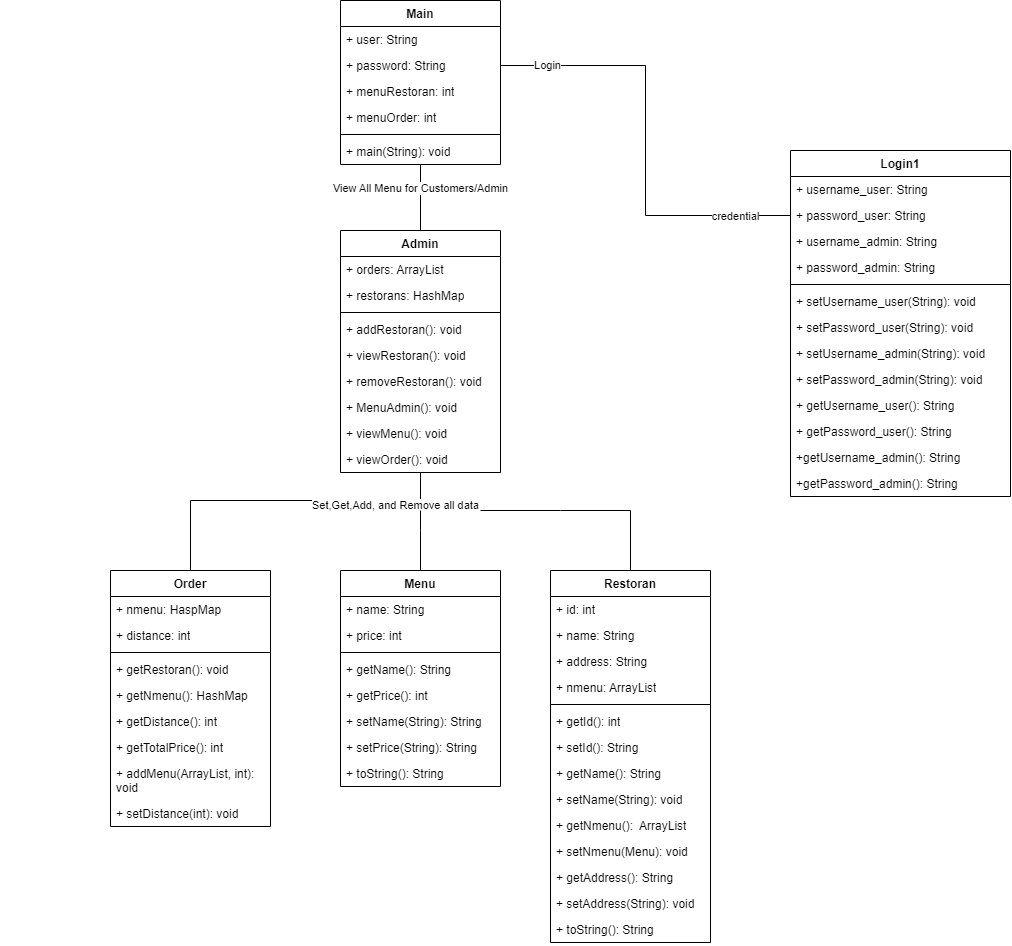
Before: image/UML.png, a diagram exported from draw.io (DavinDitya/Project-PBO-Restaurant). Source tidied: cells renumbered, new cells last; positions are measured from the earlier drawing's top-left corner, leaving out a move shared by most shapes.
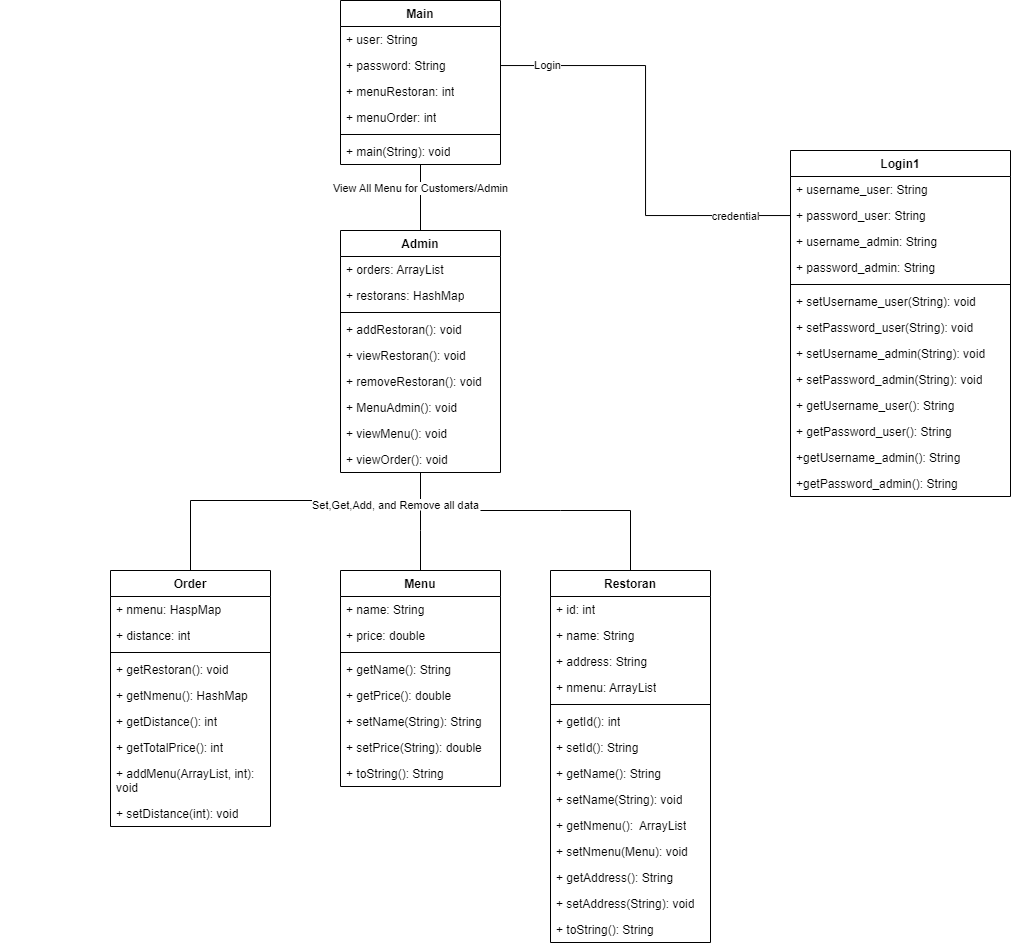
The same diagram one commit later.

Commit message:
Upload Ulang Gambar UML

What changed in the source:
```diff
@@ -77,7 +77,7 @@
     <mxCell id="26" value="+ name: String" style="text;strokeColor=none;fillColor=none;align=left;verticalAlign=top;spacingLeft=4;spacingRight=4;overflow=hidden;whiteSpace=wrap;html=1;" parent="25" vertex="1">
       <mxGeometry y="26" width="160" height="26" as="geometry" />
     </mxCell>
-    <mxCell id="27" value="+ price: int" style="text;strokeColor=none;fillColor=none;align=left;verticalAlign=top;spacingLeft=4;spacingRight=4;overflow=hidden;whiteSpace=wrap;html=1;" parent="25" vertex="1">
+    <mxCell id="27" value="+ price: double" style="text;strokeColor=none;fillColor=none;align=left;verticalAlign=top;spacingLeft=4;spacingRight=4;overflow=hidden;whiteSpace=wrap;html=1;" parent="25" vertex="1">
       <mxGeometry y="52" width="160" height="26" as="geometry" />
     </mxCell>
     <mxCell id="28" style="line;strokeWidth=1;fillColor=none;align=left;verticalAlign=middle;spacingTop=-1;spacingLeft=3;spacingRight=3;labelPosition=right;strokeColor=inherit;" parent="25" vertex="1">
@@ -86,13 +86,13 @@
     <mxCell id="29" value="+ getName(): String" style="text;strokeColor=none;fillColor=none;align=left;verticalAlign=top;spacingLeft=4;spacingRight=4;overflow=hidden;whiteSpace=wrap;html=1;" parent="25" vertex="1">
       <mxGeometry y="86" width="160" height="26" as="geometry" />
     </mxCell>
-    <mxCell id="30" value="+ getPrice(): int" style="text;strokeColor=none;fillColor=none;align=left;verticalAlign=top;spacingLeft=4;spacingRight=4;overflow=hidden;whiteSpace=wrap;html=1;" parent="25" vertex="1">
+    <mxCell id="30" value="+ getPrice(): double" style="text;strokeColor=none;fillColor=none;align=left;verticalAlign=top;spacingLeft=4;spacingRight=4;overflow=hidden;whiteSpace=wrap;html=1;" parent="25" vertex="1">
       <mxGeometry y="112" width="160" height="26" as="geometry" />
     </mxCell>
     <mxCell id="31" value="+ setName(String): String" style="text;strokeColor=none;fillColor=none;align=left;verticalAlign=top;spacingLeft=4;spacingRight=4;overflow=hidden;whiteSpace=wrap;html=1;" parent="25" vertex="1">
       <mxGeometry y="138" width="160" height="26" as="geometry" />
     </mxCell>
-    <mxCell id="32" value="+ setPrice(String): String" style="text;strokeColor=none;fillColor=none;align=left;verticalAlign=top;spacingLeft=4;spacingRight=4;overflow=hidden;whiteSpace=wrap;html=1;" parent="25" vertex="1">
+    <mxCell id="32" value="+ setPrice(String): double" style="text;strokeColor=none;fillColor=none;align=left;verticalAlign=top;spacingLeft=4;spacingRight=4;overflow=hidden;whiteSpace=wrap;html=1;" parent="25" vertex="1">
       <mxGeometry y="164" width="160" height="26" as="geometry" />
     </mxCell>
     <mxCell id="33" value="+ toString(): String" style="text;strokeColor=none;fillColor=none;align=left;verticalAlign=top;spacingLeft=4;spacingRight=4;overflow=hidden;whiteSpace=wrap;html=1;" parent="25" vertex="1">
```
